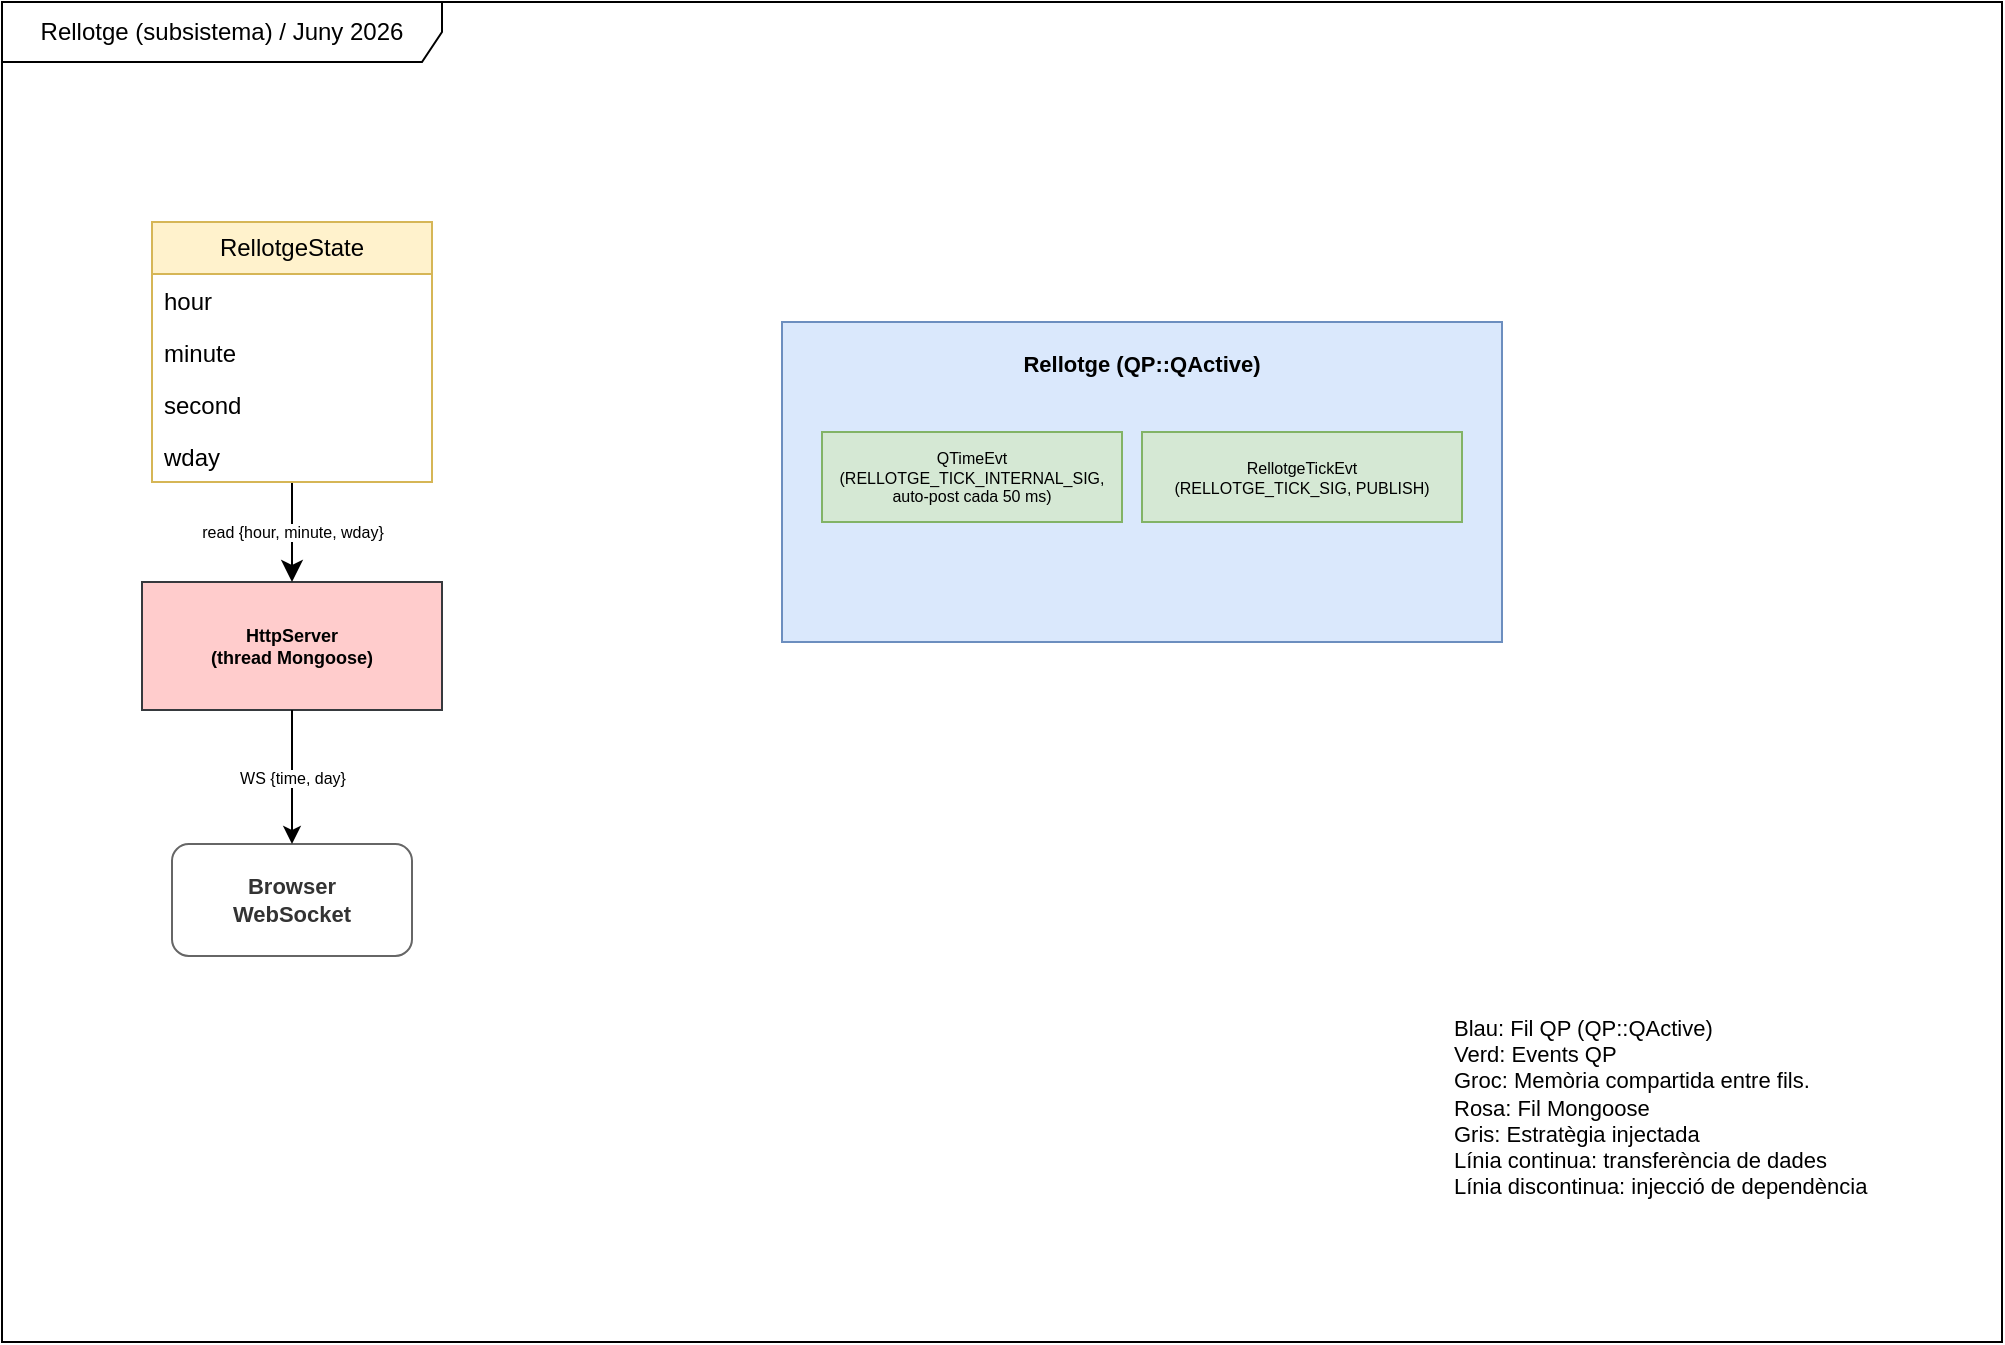
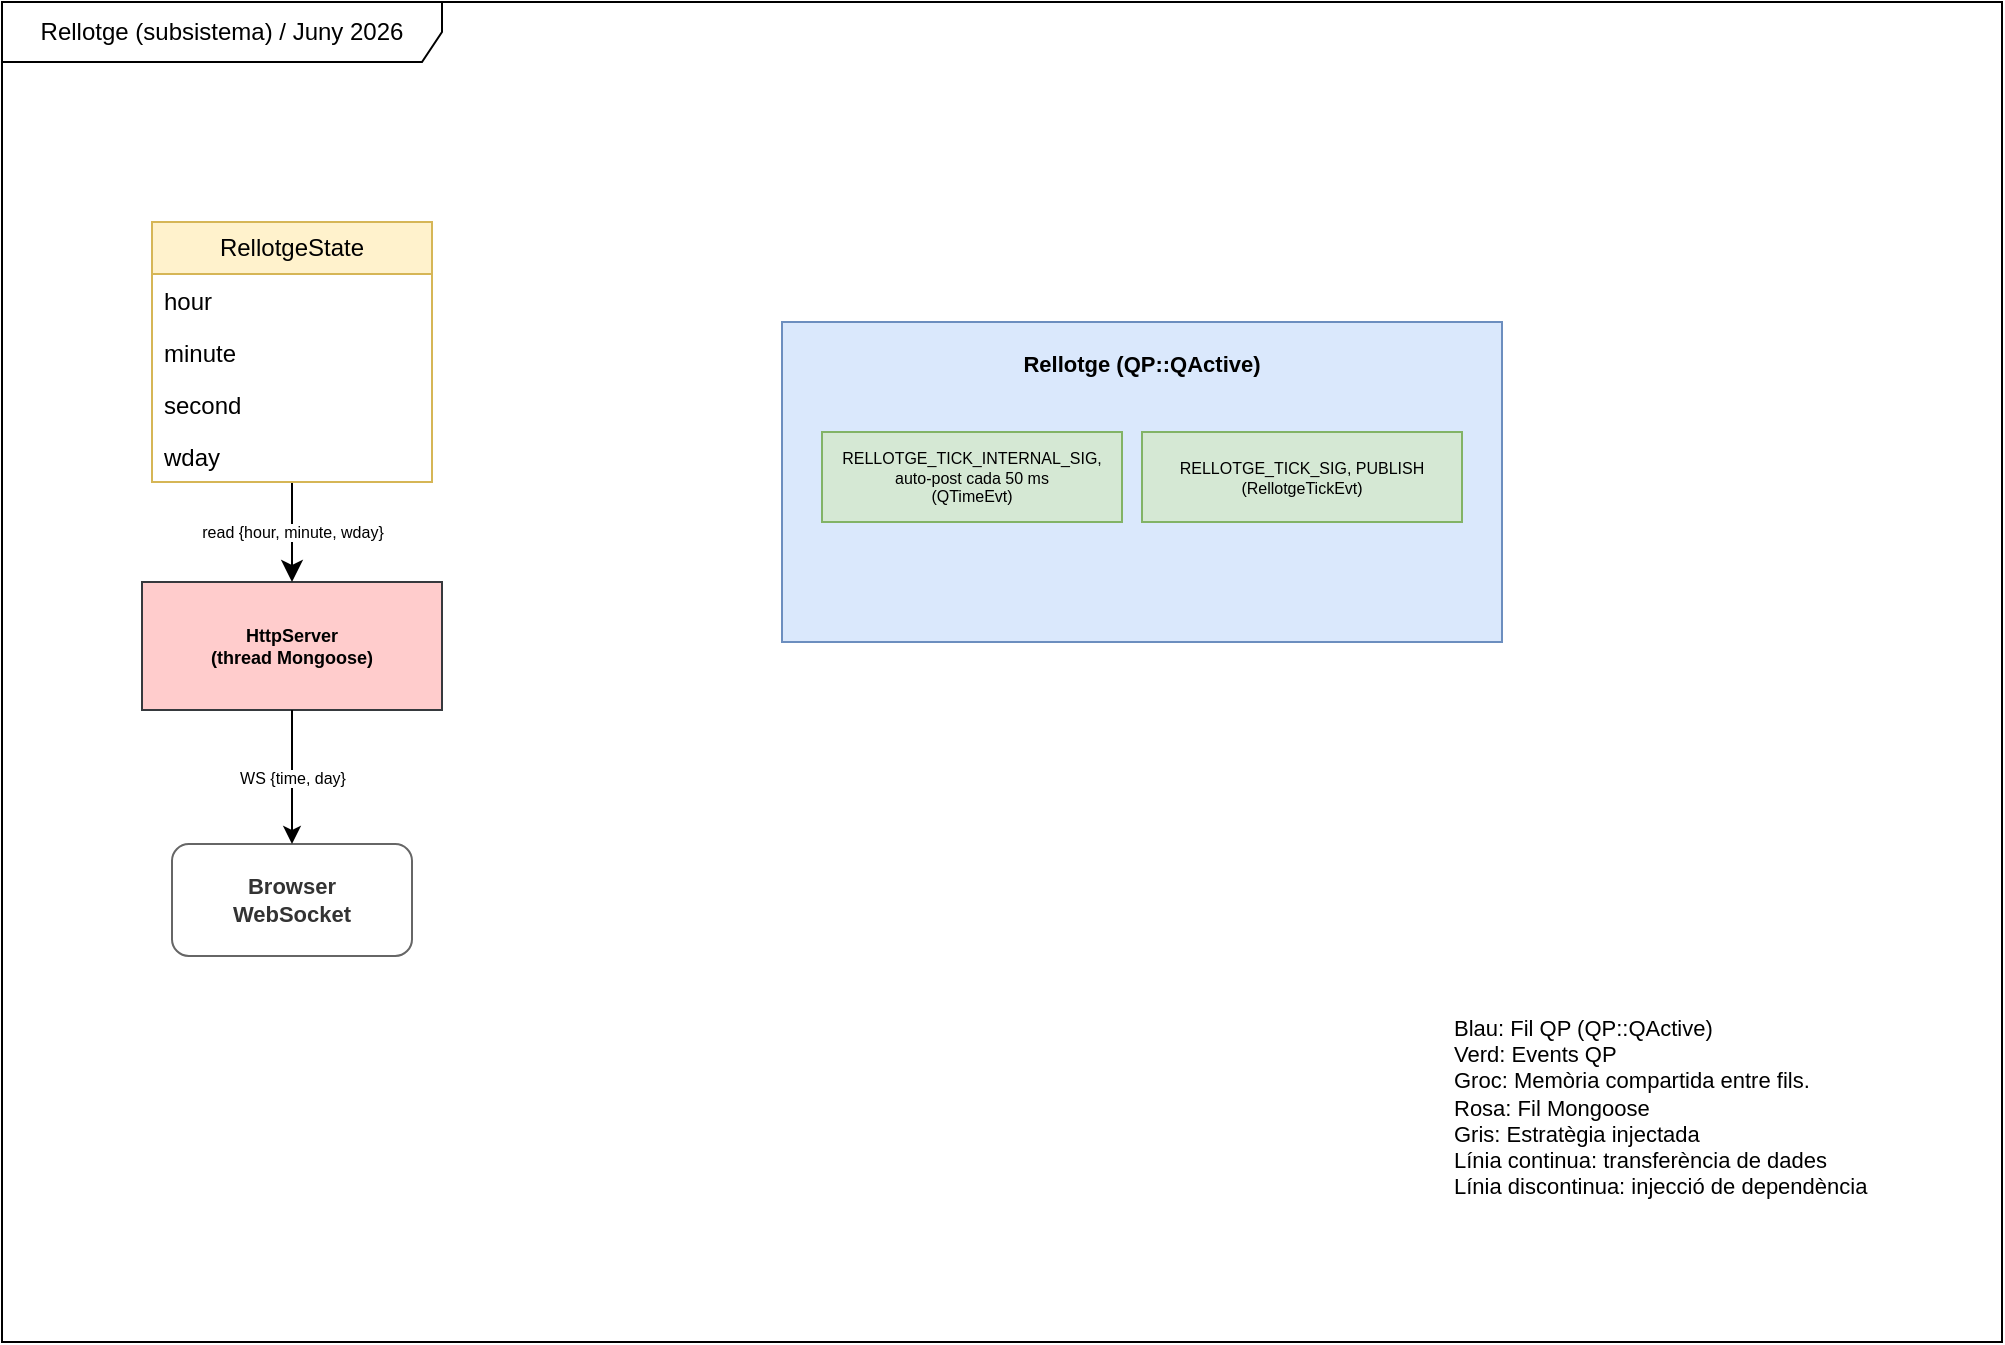
<mxfile host="Electron" agent="Mozilla/5.0 (Windows NT 10.0; Win64; x64) AppleWebKit/537.36 (KHTML, like Gecko) draw.io/28.2.8 Chrome/140.0.7339.240 Electron/38.4.0 Safari/537.36" version="28.2.8">
  <diagram name="Rellotge" id="rellotge">
    <mxGraphModel dx="1028" dy="663" grid="1" gridSize="10" guides="1" tooltips="1" connect="1" arrows="1" fold="1" page="1" pageScale="1" pageWidth="1169" pageHeight="826" math="0" shadow="0">
      <root>
        <mxCell id="0" />
        <mxCell id="1" parent="0" />
        <mxCell id="frame" value="Rellotge (subsistema) / Juny 2026" style="shape=umlFrame;whiteSpace=wrap;html=1;pointerEvents=0;recursiveResize=0;collapsible=0;width=220;height=30;" parent="1" vertex="1">
          <mxGeometry x="40" y="50" width="1000" height="670" as="geometry" />
        </mxCell>
        <mxCell id="rl" value="Rellotge (QP::QActive)" style="rounded=0;whiteSpace=wrap;html=1;fillColor=#dae8fc;strokeColor=#6c8ebf;fontSize=11;fontStyle=1;verticalAlign=top;spacingTop=8" parent="1" vertex="1">
          <mxGeometry x="430" y="210" width="360" height="160" as="geometry" />
        </mxCell>
-         <mxCell id="rl_internal" value="QTimeEvt&#xa;(RELLOTGE_TICK_INTERNAL_SIG, auto-post cada 50 ms)" style="rounded=0;whiteSpace=wrap;html=1;fillColor=#d5e8d4;strokeColor=#82b366;fontSize=8" parent="1" vertex="1">
+         <mxCell id="rl_internal" value="RELLOTGE_TICK_INTERNAL_SIG, auto-post cada 50 ms&#xa;(QTimeEvt)" style="rounded=0;whiteSpace=wrap;html=1;fillColor=#d5e8d4;strokeColor=#82b366;fontSize=8" parent="1" vertex="1">
          <mxGeometry x="450" y="265" width="150" height="45" as="geometry" />
        </mxCell>
-         <mxCell id="rl_pub" value="RellotgeTickEvt&#xa;(RELLOTGE_TICK_SIG, PUBLISH)" style="rounded=0;whiteSpace=wrap;html=1;fillColor=#d5e8d4;strokeColor=#82b366;fontSize=8" parent="1" vertex="1">
+         <mxCell id="rl_pub" value="RELLOTGE_TICK_SIG, PUBLISH&#xa;(RellotgeTickEvt)" style="rounded=0;whiteSpace=wrap;html=1;fillColor=#d5e8d4;strokeColor=#82b366;fontSize=8" parent="1" vertex="1">
          <mxGeometry x="610" y="265" width="160" height="45" as="geometry" />
        </mxCell>
        <mxCell id="http" value="HttpServer&#xa;(thread Mongoose)" style="rounded=0;whiteSpace=wrap;html=1;fillColor=#ffcccc;strokeColor=#36393d;fontSize=9;fontStyle=1" parent="1" vertex="1">
          <mxGeometry x="110" y="340" width="150" height="64" as="geometry" />
        </mxCell>
        <mxCell id="ws" value="&lt;b&gt;Browser&lt;/b&gt;&#xa;&lt;b&gt;WebSocket&lt;/b&gt;" style="rounded=1;whiteSpace=wrap;html=1;fillColor=#ffffff;strokeColor=#666666;fontColor=#333333;fontSize=11;" parent="1" vertex="1">
          <mxGeometry x="125" y="471" width="120" height="56" as="geometry" />
        </mxCell>
        <mxCell id="e_push" value="WS {time, day}" style="edgeStyle=orthogonalEdgeStyle;rounded=0;html=1;exitX=0.5;exitY=1;exitDx=0;exitDy=0;entryX=0.5;entryY=0;entryDx=0;entryDy=0;fontSize=8;" parent="1" source="http" target="ws" edge="1">
          <mxGeometry relative="1" as="geometry" />
        </mxCell>
        <mxCell id="legend" value="&lt;div style=&quot;text-align:left&quot;&gt;Blau: Fil QP (QP::QActive)&lt;br&gt;Verd: Events QP&lt;br&gt;Groc: Memòria compartida entre fils.&lt;br&gt;Rosa: Fil Mongoose&lt;br&gt;Gris: Estratègia injectada&lt;br&gt;Línia continua: transferència de dades&lt;br&gt;Línia discontinua: injecció de dependència&lt;/div&gt;" style="text;strokeColor=none;fillColor=none;align=left;verticalAlign=top;spacingLeft=4;spacingRight=4;overflow=hidden;whiteSpace=wrap;html=1;fontSize=11;" parent="1" vertex="1">
          <mxGeometry x="760" y="550" width="240" height="110" as="geometry" />
        </mxCell>
        <mxCell id="fVvCkoM4ovPekPfYtxhf-7" value="read {hour, minute, wday}" style="edgeStyle=orthogonalEdgeStyle;curved=0;rounded=0;orthogonalLoop=1;jettySize=auto;html=1;fontSize=8;startSize=8;endSize=8;" parent="1" source="fVvCkoM4ovPekPfYtxhf-1" target="http" edge="1">
          <mxGeometry relative="1" as="geometry" />
        </mxCell>
        <mxCell id="fVvCkoM4ovPekPfYtxhf-1" value="RellotgeState" style="swimlane;fontStyle=0;childLayout=stackLayout;horizontal=1;startSize=26;fillColor=#fff2cc;horizontalStack=0;resizeParent=1;resizeParentMax=0;resizeLast=0;collapsible=1;marginBottom=0;whiteSpace=wrap;html=1;strokeColor=#d6b656;" parent="1" vertex="1">
          <mxGeometry x="115" y="160" width="140" height="130" as="geometry" />
        </mxCell>
        <mxCell id="fVvCkoM4ovPekPfYtxhf-2" value="hour" style="text;strokeColor=none;fillColor=none;align=left;verticalAlign=top;spacingLeft=4;spacingRight=4;overflow=hidden;rotatable=0;points=[[0,0.5],[1,0.5]];portConstraint=eastwest;whiteSpace=wrap;html=1;" parent="fVvCkoM4ovPekPfYtxhf-1" vertex="1">
          <mxGeometry y="26" width="140" height="26" as="geometry" />
        </mxCell>
        <mxCell id="fVvCkoM4ovPekPfYtxhf-3" value="minute" style="text;strokeColor=none;fillColor=none;align=left;verticalAlign=top;spacingLeft=4;spacingRight=4;overflow=hidden;rotatable=0;points=[[0,0.5],[1,0.5]];portConstraint=eastwest;whiteSpace=wrap;html=1;" parent="fVvCkoM4ovPekPfYtxhf-1" vertex="1">
          <mxGeometry y="52" width="140" height="26" as="geometry" />
        </mxCell>
        <mxCell id="fVvCkoM4ovPekPfYtxhf-4" value="second" style="text;strokeColor=none;fillColor=none;align=left;verticalAlign=top;spacingLeft=4;spacingRight=4;overflow=hidden;rotatable=0;points=[[0,0.5],[1,0.5]];portConstraint=eastwest;whiteSpace=wrap;html=1;" parent="fVvCkoM4ovPekPfYtxhf-1" vertex="1">
          <mxGeometry y="78" width="140" height="26" as="geometry" />
        </mxCell>
        <mxCell id="fVvCkoM4ovPekPfYtxhf-6" value="wday" style="text;strokeColor=none;fillColor=none;align=left;verticalAlign=top;spacingLeft=4;spacingRight=4;overflow=hidden;rotatable=0;points=[[0,0.5],[1,0.5]];portConstraint=eastwest;whiteSpace=wrap;html=1;" parent="fVvCkoM4ovPekPfYtxhf-1" vertex="1">
          <mxGeometry y="104" width="140" height="26" as="geometry" />
        </mxCell>
      </root>
    </mxGraphModel>
  </diagram>
</mxfile>
